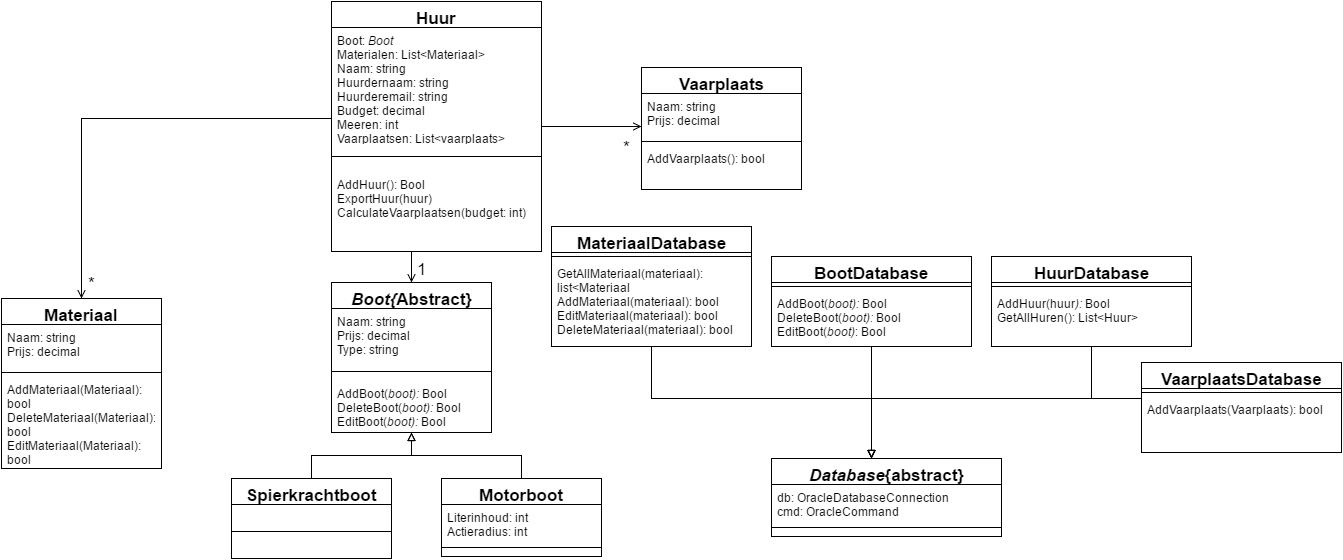
Before: Documentatie/Klassendiagram 't Sloepke.png, a diagram exported from draw.io (FireRageNL/LivePerformance). Source tidied: cells renumbered, new cells last; positions are measured from the earlier drawing's top-left corner, leaving out a move shared by most shapes.
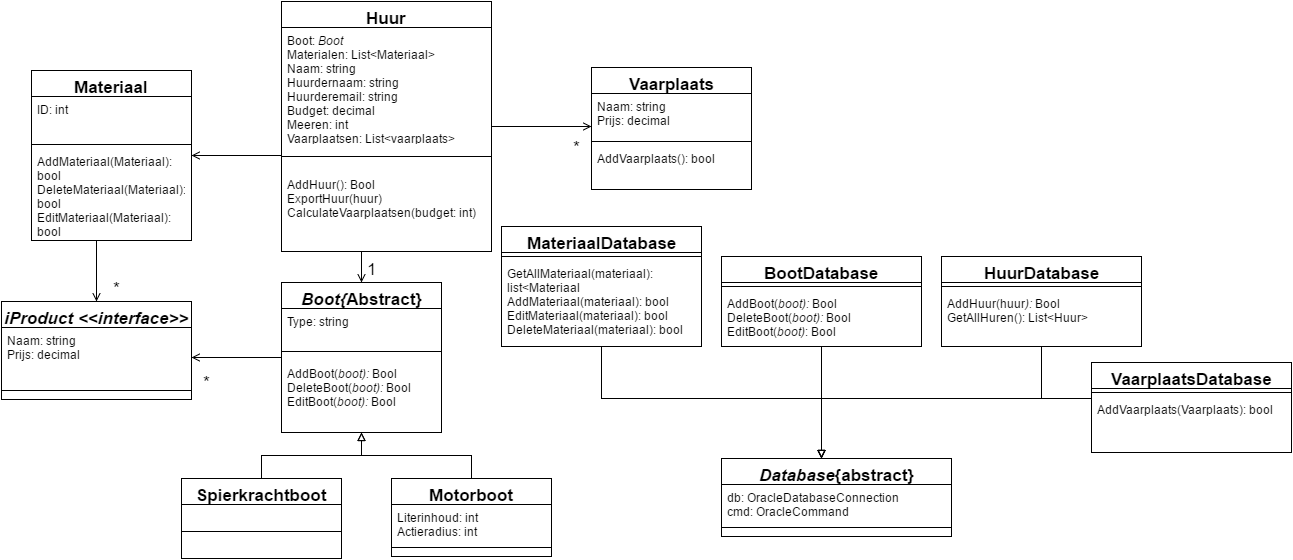
Above is the later version.

Commit message:
Kleine aanpassingen aan het klassendiagram, plus ongeveer de helft van diagram geïmplementeerd.

What changed in the source:
```diff
@@ -14,10 +14,18 @@
         <mxPoint x="-223" y="159" as="offset" />
       </mxGeometry>
     </mxCell>
+    <mxCell id="50" style="edgeStyle=orthogonalEdgeStyle;rounded=0;html=1;startArrow=none;startFill=0;endArrow=open;endFill=0;jettySize=auto;strokeColor=#000000;fontSize=17;" parent="1" edge="1" source="4" target="52">
+      <mxGeometry relative="1" as="geometry">
+        <Array as="points">
+          <mxPoint x="145" y="257" />
+          <mxPoint x="145" y="257" />
+        </Array>
+      </mxGeometry>
+    </mxCell>
     <mxCell id="4" value="Materiaal" style="swimlane;html=1;fontStyle=1;align=center;verticalAlign=top;horizontal=1;startSize=26;swimlaneFillColor=#ffffff;fontSize=17;" parent="1" vertex="1">
-      <mxGeometry y="297" width="160" height="170" as="geometry" />
+      <mxGeometry x="80" y="69" width="160" height="170" as="geometry" />
     </mxCell>
-    <mxCell id="5" value="Naam: string&lt;div&gt;Prijs: decimal&lt;/div&gt;" style="text;html=1;strokeColor=none;fillColor=none;align=left;verticalAlign=top;spacingLeft=4;spacingRight=4;whiteSpace=wrap;overflow=hidden;" parent="4" vertex="1">
+    <mxCell id="5" value="ID: int" style="text;html=1;strokeColor=none;fillColor=none;align=left;verticalAlign=top;spacingLeft=4;spacingRight=4;whiteSpace=wrap;overflow=hidden;" parent="4" vertex="1">
       <mxGeometry y="26" width="160" height="44" as="geometry" />
     </mxCell>
     <mxCell id="6" style="line;html=1;strokeWidth=1;fillColor=none;align=left;verticalAlign=middle;spacingTop=-1;spacingLeft=3;spacingRight=3;labelPosition=right;" parent="4" vertex="1">
@@ -48,14 +56,14 @@
     <mxCell id="12" value="&lt;i&gt;Boot{&lt;/i&gt;Abstract}" style="swimlane;html=1;fontStyle=1;align=center;verticalAlign=top;horizontal=1;startSize=26;swimlaneFillColor=#ffffff;fontSize=17;" parent="1" vertex="1">
       <mxGeometry x="330" y="281" width="160" height="150" as="geometry" />
     </mxCell>
-    <mxCell id="13" value="Naam: string&lt;div&gt;Prijs: decimal&lt;/div&gt;&lt;div&gt;Type: string&lt;/div&gt;" style="text;html=1;strokeColor=none;fillColor=none;align=left;verticalAlign=top;spacingLeft=4;spacingRight=4;whiteSpace=wrap;overflow=hidden;" parent="12" vertex="1">
-      <mxGeometry y="26" width="160" height="54" as="geometry" />
+    <mxCell id="13" value="&lt;div&gt;Type: string&lt;/div&gt;" style="text;html=1;strokeColor=none;fillColor=none;align=left;verticalAlign=top;spacingLeft=4;spacingRight=4;whiteSpace=wrap;overflow=hidden;" parent="12" vertex="1">
+      <mxGeometry y="26" width="160" height="34" as="geometry" />
     </mxCell>
     <mxCell id="14" style="line;html=1;strokeWidth=1;fillColor=none;align=left;verticalAlign=middle;spacingTop=-1;spacingLeft=3;spacingRight=3;labelPosition=right;" parent="12" vertex="1">
-      <mxGeometry y="80" width="160" height="18" as="geometry" />
+      <mxGeometry y="60" width="160" height="18" as="geometry" />
     </mxCell>
     <mxCell id="15" value="AddBoot(&lt;i&gt;boot): &lt;/i&gt;Bool&lt;div&gt;DeleteBoot(&lt;i&gt;boot): &lt;/i&gt;Bool&lt;/div&gt;&lt;div&gt;EditBoot(&lt;i&gt;boot): &lt;/i&gt;Bool&lt;/div&gt;" style="text;html=1;strokeColor=none;fillColor=none;align=left;verticalAlign=top;spacingLeft=4;spacingRight=4;whiteSpace=wrap;overflow=hidden;" parent="12" vertex="1">
-      <mxGeometry y="98" width="160" height="52" as="geometry" />
+      <mxGeometry y="78" width="160" height="52" as="geometry" />
     </mxCell>
     <mxCell id="16" value="BootDatabase" style="swimlane;html=1;fontStyle=1;align=center;verticalAlign=top;horizontal=1;startSize=26;swimlaneFillColor=#ffffff;fontSize=17;" parent="1" vertex="1">
       <mxGeometry x="770" y="255" width="200" height="90" as="geometry" />
@@ -183,5 +191,29 @@
     <mxCell id="49" value="*" style="text;html=1;align=left;verticalAlign=top;spacingTop=-4;fontSize=17;" parent="1" vertex="1">
       <mxGeometry x="620" y="134" width="20" height="20" as="geometry" />
     </mxCell>
+    <mxCell id="51" style="edgeStyle=orthogonalEdgeStyle;rounded=0;html=1;startArrow=open;startFill=0;endArrow=none;endFill=0;jettySize=auto;strokeColor=#000000;fontSize=17;" parent="1" edge="1" target="12">
+      <mxGeometry relative="1" as="geometry">
+        <mxPoint x="240" y="356" as="sourcePoint" />
+        <Array as="points">
+          <mxPoint x="270" y="356" />
+          <mxPoint x="270" y="356" />
+        </Array>
+      </mxGeometry>
+    </mxCell>
+    <mxCell id="52" value="&lt;i&gt;iProduct &amp;lt;&amp;lt;interface&amp;gt;&amp;gt;&lt;/i&gt;" style="swimlane;html=1;fontStyle=1;align=center;verticalAlign=top;horizontal=1;startSize=26;swimlaneFillColor=#ffffff;fontSize=17;" parent="1" vertex="1">
+      <mxGeometry x="50" y="300" width="190" height="98" as="geometry" />
+    </mxCell>
+    <mxCell id="53" value="Naam: string&lt;div&gt;Prijs: decimal&lt;/div&gt;&lt;div&gt;&lt;br&gt;&lt;/div&gt;" style="text;html=1;strokeColor=none;fillColor=none;align=left;verticalAlign=top;spacingLeft=4;spacingRight=4;whiteSpace=wrap;overflow=hidden;" parent="52" vertex="1">
+      <mxGeometry y="26" width="190" height="54" as="geometry" />
+    </mxCell>
+    <mxCell id="54" style="line;html=1;strokeWidth=1;fillColor=none;align=left;verticalAlign=middle;spacingTop=-1;spacingLeft=3;spacingRight=3;labelPosition=right;" parent="52" vertex="1">
+      <mxGeometry y="80" width="190" height="18" as="geometry" />
+    </mxCell>
+    <mxCell id="55" value="*" style="text;html=1;align=left;verticalAlign=top;spacingTop=-4;fontSize=17;" parent="1" vertex="1">
+      <mxGeometry x="250" y="369" width="20" height="20" as="geometry" />
+    </mxCell>
+    <mxCell id="56" value="*" style="text;html=1;align=left;verticalAlign=top;spacingTop=-4;fontSize=17;" parent="1" vertex="1">
+      <mxGeometry x="160" y="275" width="20" height="20" as="geometry" />
+    </mxCell>
   </root>
 </mxGraphModel>
```
